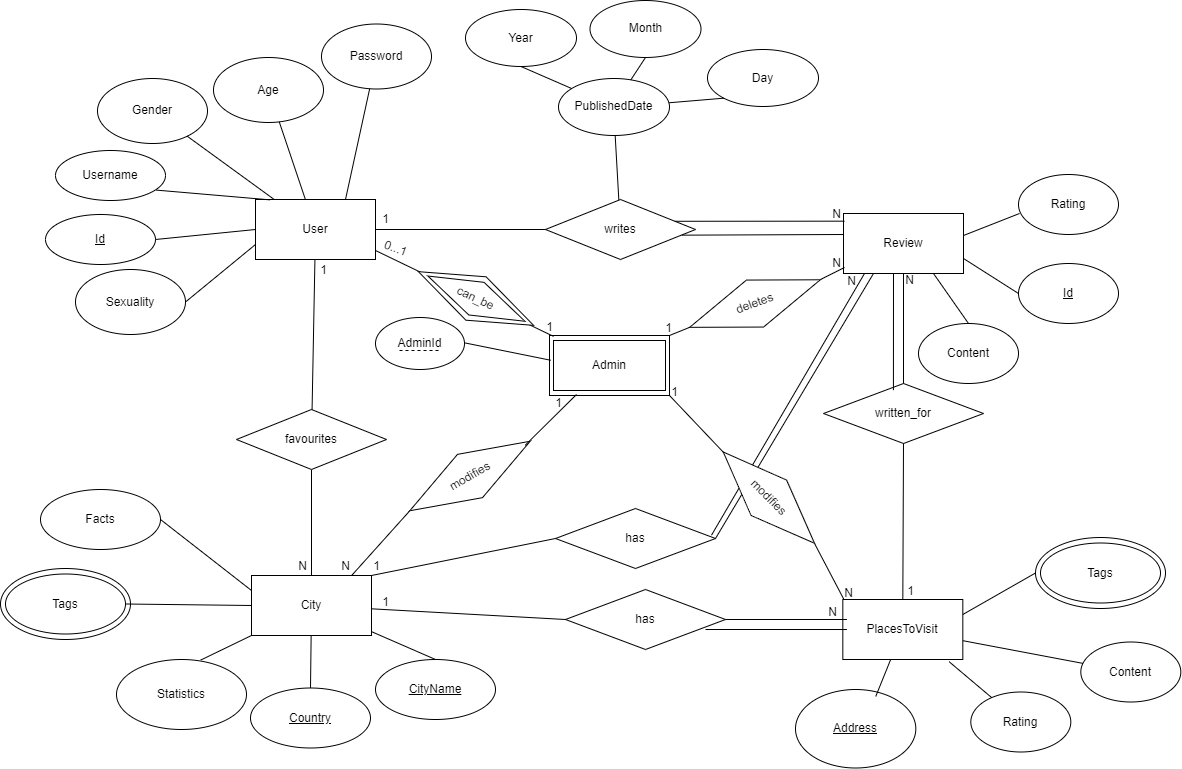
ManelyAbbasi/EURO-TOUR keeps this draw.io diagram as images/er_diagram.png. Above is the earlier version. Source tidied: cells renumbered, new cells last; positions are measured from the earlier drawing's top-left corner, leaving out a move shared by most shapes.
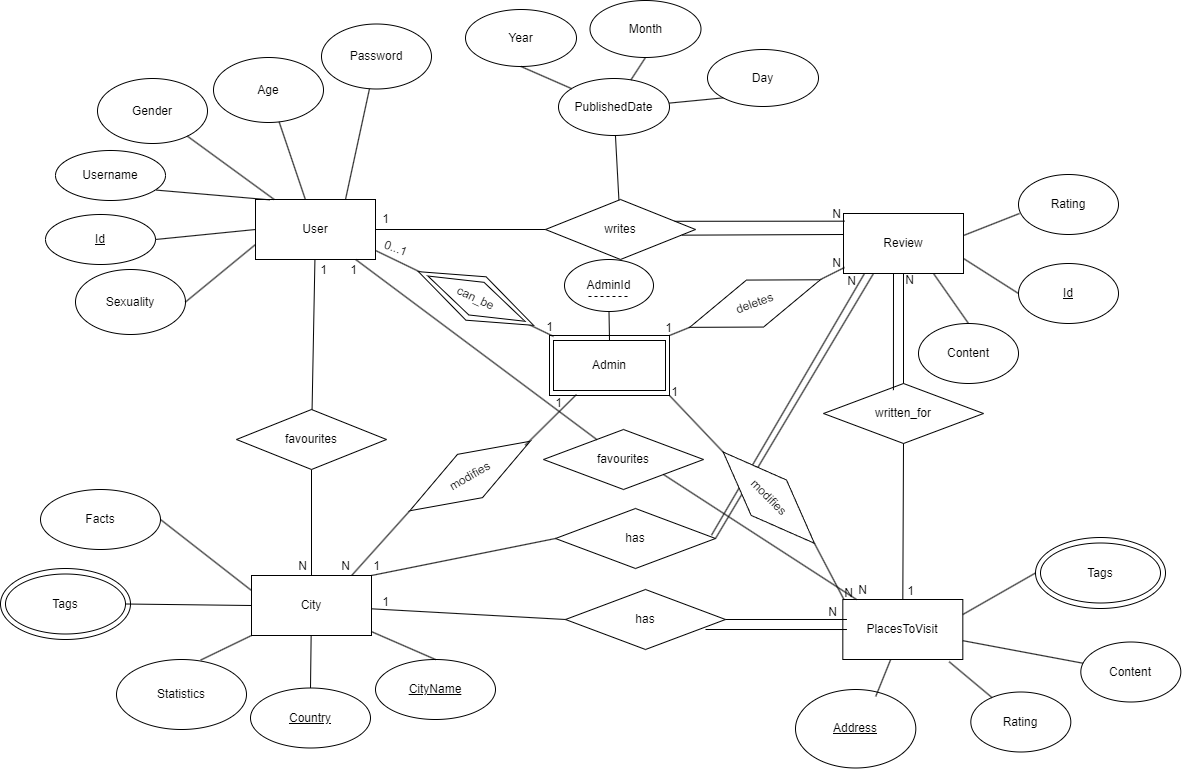
Above is the later version.

Commit message:
#1 Update ER-diagram and pages

Diff of the diagram source:
```diff
@@ -222,7 +222,7 @@
       <mxGeometry relative="1" as="geometry" />
     </mxCell>
     <mxCell id="69" value="AdminId" style="ellipse;whiteSpace=wrap;html=1;" parent="1" vertex="1">
-      <mxGeometry x="375" y="317" width="89" height="52" as="geometry" />
+      <mxGeometry x="564" y="259" width="89" height="52" as="geometry" />
     </mxCell>
     <mxCell id="70" style="endArrow=none;html=1;rounded=0;exitX=0.975;exitY=0.445;exitDx=0;exitDy=0;exitPerimeter=0;" parent="1" edge="1" source="39">
       <mxGeometry relative="1" as="geometry">
@@ -300,10 +300,8 @@
     <mxCell id="91" style="endArrow=none;html=1;rounded=0;entryX=0;entryY=0.5;entryDx=0;entryDy=0;exitX=1;exitY=0;exitDx=0;exitDy=0;" parent="1" edge="1" source="2" target="88">
       <mxGeometry relative="1" as="geometry" />
     </mxCell>
-    <mxCell id="92" style="endArrow=none;html=1;rounded=0;exitX=0.919;exitY=0.561;exitDx=0;exitDy=0;exitPerimeter=0;entryX=-0.025;entryY=0.395;entryDx=0;entryDy=0;entryPerimeter=0;" parent="1" edge="1" target="3">
-      <mxGeometry relative="1" as="geometry">
-        <mxPoint x="464" y="342.3" as="sourcePoint" />
-      </mxGeometry>
+    <mxCell id="92" style="endArrow=none;html=1;rounded=0;entryX=0.5;entryY=0;entryDx=0;entryDy=0;" parent="1" edge="1" source="69" target="3">
+      <mxGeometry relative="1" as="geometry" />
     </mxCell>
     <mxCell id="93" value="1" style="text;html=1;align=center;verticalAlign=middle;points=[];strokeColor=none;fillColor=none;" parent="1" vertex="1">
       <mxGeometry x="361" y="550.5" width="30" height="30" as="geometry" />
@@ -319,8 +317,8 @@
     </mxCell>
     <mxCell id="97" style="endArrow=none;dashed=1;html=1;rounded=0;" parent="1" edge="1">
       <mxGeometry relative="1" as="geometry">
-        <mxPoint x="399" y="350" as="sourcePoint" />
-        <mxPoint x="440" y="350" as="targetPoint" />
+        <mxPoint x="588" y="296" as="sourcePoint" />
+        <mxPoint x="629" y="296" as="targetPoint" />
       </mxGeometry>
     </mxCell>
     <mxCell id="98" value="1" style="text;html=1;align=center;verticalAlign=middle;strokeColor=none;fillColor=none;" parent="1" vertex="1">
@@ -350,5 +348,20 @@
     <mxCell id="106" style="endArrow=none;html=1;rounded=0;entryX=0;entryY=0.5;entryDx=0;entryDy=0;exitX=1;exitY=0.25;exitDx=0;exitDy=0;" parent="1" edge="1" source="12" target="104">
       <mxGeometry relative="1" as="geometry" />
     </mxCell>
+    <mxCell id="107" value="favourites" style="rhombus;whiteSpace=wrap;html=1;" parent="1" vertex="1">
+      <mxGeometry x="543" y="429" width="160" height="60" as="geometry" />
+    </mxCell>
+    <mxCell id="108" style="endArrow=none;html=1;rounded=0;" parent="1" edge="1" source="5" target="107">
+      <mxGeometry relative="1" as="geometry" />
+    </mxCell>
+    <mxCell id="109" style="endArrow=none;html=1;rounded=0;exitX=1;exitY=1;exitDx=0;exitDy=0;" parent="1" edge="1" source="107" target="12">
+      <mxGeometry relative="1" as="geometry" />
+    </mxCell>
+    <mxCell id="110" value="N" style="text;html=1;align=center;verticalAlign=middle;strokeColor=none;fillColor=none;" parent="1" vertex="1">
+      <mxGeometry x="847" y="575" width="30" height="30" as="geometry" />
+    </mxCell>
+    <mxCell id="111" value="1" style="text;html=1;align=center;verticalAlign=middle;strokeColor=none;fillColor=none;" parent="1" vertex="1">
+      <mxGeometry x="338" y="255" width="30" height="30" as="geometry" />
+    </mxCell>
   </root>
 </mxGraphModel>
```
